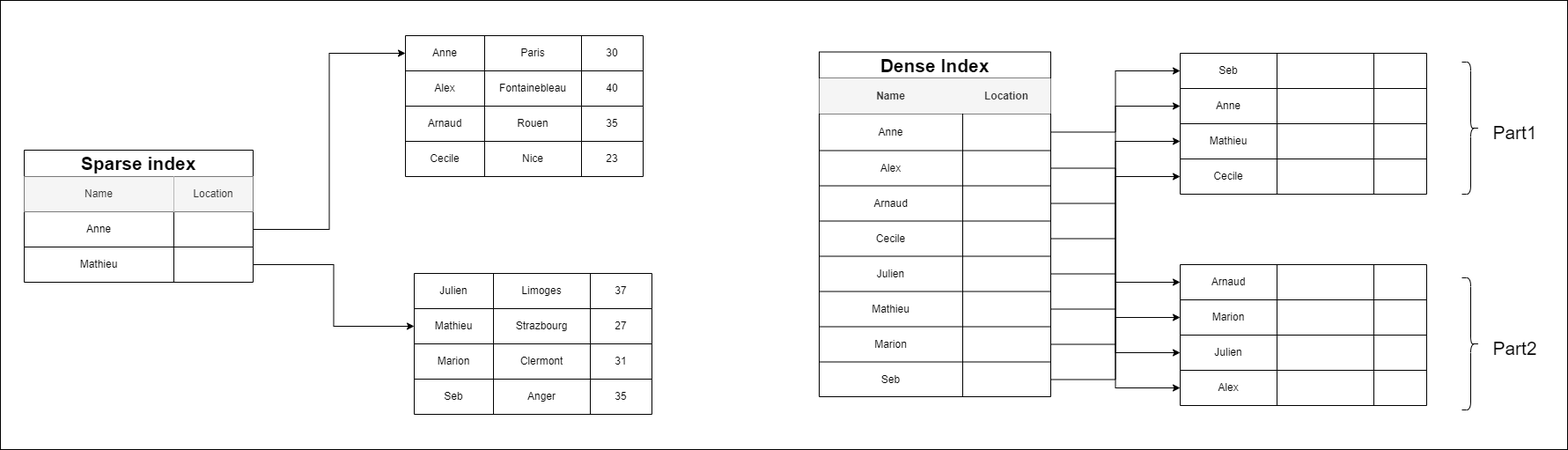
Before: assets/images/mastering_clickhouse-sequential-file.png, a diagram exported from draw.io (HomeOfTheWizard/HomeOfTheWizard.github.io). Source tidied: cells renumbered, new cells last; positions are measured from the earlier drawing's top-left corner, leaving out a move shared by most shapes.
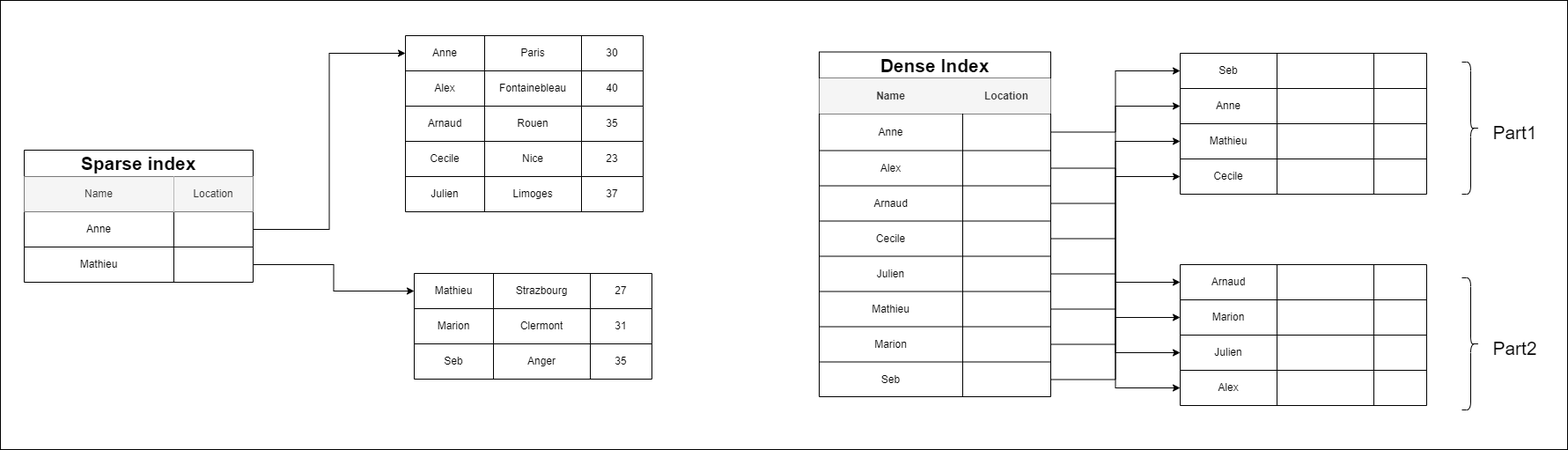
After the change.

Commit message:
update maven and clickhouse articles

The edit, as a diff of the source:
```diff
@@ -36,7 +36,7 @@
       <mxGeometry x="170" width="90" height="40" as="geometry" />
     </mxCell>
     <mxCell id="13" style="shape=table;html=1;whiteSpace=wrap;startSize=0;labelBackgroundColor=none;fillColor=none;gradientColor=none;fontSize=21;" parent="1" vertex="1">
-      <mxGeometry x="460" y="40" width="270" height="160" as="geometry" />
+      <mxGeometry x="460" y="40" width="270" height="200" as="geometry" />
     </mxCell>
     <mxCell id="14" style="shape=partialRectangle;html=1;whiteSpace=wrap;fillColor=none;top=0;left=0;bottom=0;right=0;points=[[0,0.5],[1,0.5]];portConstraint=eastwest;" parent="13" vertex="1">
       <mxGeometry width="270" height="40" as="geometry" />
@@ -86,23 +86,23 @@
     <mxCell id="29" style="shape=partialRectangle;html=1;whiteSpace=wrap;fillColor=none;top=0;left=0;bottom=0;right=0;overflow=hidden;" parent="26" vertex="1">
       <mxGeometry x="200" width="70" height="40" as="geometry" />
     </mxCell>
+    <mxCell id="126" style="shape=partialRectangle;html=1;whiteSpace=wrap;fillColor=none;top=0;left=0;bottom=0;right=0;" parent="13" vertex="1">
+      <mxGeometry y="160" width="270" height="40" as="geometry" />
+    </mxCell>
+    <mxCell id="127" style="shape=partialRectangle;html=1;whiteSpace=wrap;fillColor=none;top=0;left=0;bottom=0;right=0;overflow=hidden;" parent="126" vertex="1">
+      <mxGeometry width="90" height="40" as="geometry" />
+    </mxCell>
+    <mxCell id="128" style="shape=partialRectangle;html=1;whiteSpace=wrap;fillColor=none;top=0;left=0;bottom=0;right=0;overflow=hidden;" parent="126" vertex="1">
+      <mxGeometry x="90" width="110" height="40" as="geometry" />
+    </mxCell>
+    <mxCell id="129" style="shape=partialRectangle;html=1;whiteSpace=wrap;fillColor=none;top=0;left=0;bottom=0;right=0;overflow=hidden;" parent="126" vertex="1">
+      <mxGeometry x="200" width="70" height="40" as="geometry" />
+    </mxCell>
     <mxCell id="30" style="shape=table;html=1;whiteSpace=wrap;startSize=0;labelBackgroundColor=none;fillColor=none;gradientColor=none;fontSize=21;" parent="1" vertex="1">
-      <mxGeometry x="470" y="310" width="270" height="160" as="geometry" />
+      <mxGeometry x="470" y="310" width="270" height="120" as="geometry" />
     </mxCell>
-    <mxCell id="31" style="shape=partialRectangle;html=1;whiteSpace=wrap;fillColor=none;top=0;left=0;bottom=0;right=0;" parent="30" vertex="1">
-      <mxGeometry width="270" height="40" as="geometry" />
-    </mxCell>
-    <mxCell id="32" value="Julien" style="shape=partialRectangle;html=1;whiteSpace=wrap;fillColor=none;top=0;left=0;bottom=0;right=0;overflow=hidden;" parent="31" vertex="1">
-      <mxGeometry width="90" height="40" as="geometry" />
-    </mxCell>
-    <mxCell id="33" value="Limoges" style="shape=partialRectangle;html=1;whiteSpace=wrap;fillColor=none;top=0;left=0;bottom=0;right=0;overflow=hidden;" parent="31" vertex="1">
-      <mxGeometry x="90" width="110" height="40" as="geometry" />
-    </mxCell>
-    <mxCell id="34" value="37" style="shape=partialRectangle;html=1;whiteSpace=wrap;fillColor=none;top=0;left=0;bottom=0;right=0;overflow=hidden;" parent="31" vertex="1">
-      <mxGeometry x="200" width="70" height="40" as="geometry" />
-    </mxCell>
     <mxCell id="35" style="shape=partialRectangle;html=1;whiteSpace=wrap;fillColor=none;top=0;left=0;bottom=0;right=0;points=[[0,0.5],[1,0.5]];portConstraint=eastwest;" parent="30" vertex="1">
-      <mxGeometry y="40" width="270" height="40" as="geometry" />
+      <mxGeometry width="270" height="40" as="geometry" />
     </mxCell>
     <mxCell id="36" value="Mathieu" style="shape=partialRectangle;html=1;whiteSpace=wrap;fillColor=none;top=0;left=0;bottom=0;right=0;overflow=hidden;" parent="35" vertex="1">
       <mxGeometry width="90" height="40" as="geometry" />
@@ -114,7 +114,7 @@
       <mxGeometry x="200" width="70" height="40" as="geometry" />
     </mxCell>
     <mxCell id="39" style="shape=partialRectangle;html=1;whiteSpace=wrap;fillColor=none;top=0;left=0;bottom=0;right=0;" parent="30" vertex="1">
-      <mxGeometry y="80" width="270" height="40" as="geometry" />
+      <mxGeometry y="40" width="270" height="40" as="geometry" />
     </mxCell>
     <mxCell id="40" value="&lt;span&gt;Marion&lt;/span&gt;" style="shape=partialRectangle;html=1;whiteSpace=wrap;fillColor=none;top=0;left=0;bottom=0;right=0;overflow=hidden;" parent="39" vertex="1">
       <mxGeometry width="90" height="40" as="geometry" />
@@ -126,7 +126,7 @@
       <mxGeometry x="200" width="70" height="40" as="geometry" />
     </mxCell>
     <mxCell id="43" style="shape=partialRectangle;html=1;whiteSpace=wrap;fillColor=none;top=0;left=0;bottom=0;right=0;" parent="30" vertex="1">
-      <mxGeometry y="120" width="270" height="40" as="geometry" />
+      <mxGeometry y="80" width="270" height="40" as="geometry" />
     </mxCell>
     <mxCell id="44" value="&lt;span&gt;Seb&lt;/span&gt;" style="shape=partialRectangle;html=1;whiteSpace=wrap;fillColor=none;top=0;left=0;bottom=0;right=0;overflow=hidden;" parent="43" vertex="1">
       <mxGeometry width="90" height="40" as="geometry" />
@@ -374,5 +374,14 @@
     <mxCell id="125" value="Part2" style="text;html=1;align=center;verticalAlign=middle;fontSize=21;" parent="1" vertex="1">
       <mxGeometry x="1685" y="375" width="70" height="40" as="geometry" />
     </mxCell>
+    <mxCell id="32" value="Julien" style="shape=partialRectangle;html=1;whiteSpace=wrap;fillColor=none;top=0;left=0;bottom=0;right=0;overflow=hidden;" parent="1" vertex="1">
+      <mxGeometry x="460" y="200" width="90" height="40" as="geometry" />
+    </mxCell>
+    <mxCell id="33" value="Limoges" style="shape=partialRectangle;html=1;whiteSpace=wrap;fillColor=none;top=0;left=0;bottom=0;right=0;overflow=hidden;" parent="1" vertex="1">
+      <mxGeometry x="550" y="200" width="110" height="40" as="geometry" />
+    </mxCell>
+    <mxCell id="34" value="37" style="shape=partialRectangle;html=1;whiteSpace=wrap;fillColor=none;top=0;left=0;bottom=0;right=0;overflow=hidden;" parent="1" vertex="1">
+      <mxGeometry x="660" y="200" width="70" height="40" as="geometry" />
+    </mxCell>
   </root>
 </mxGraphModel>
```
